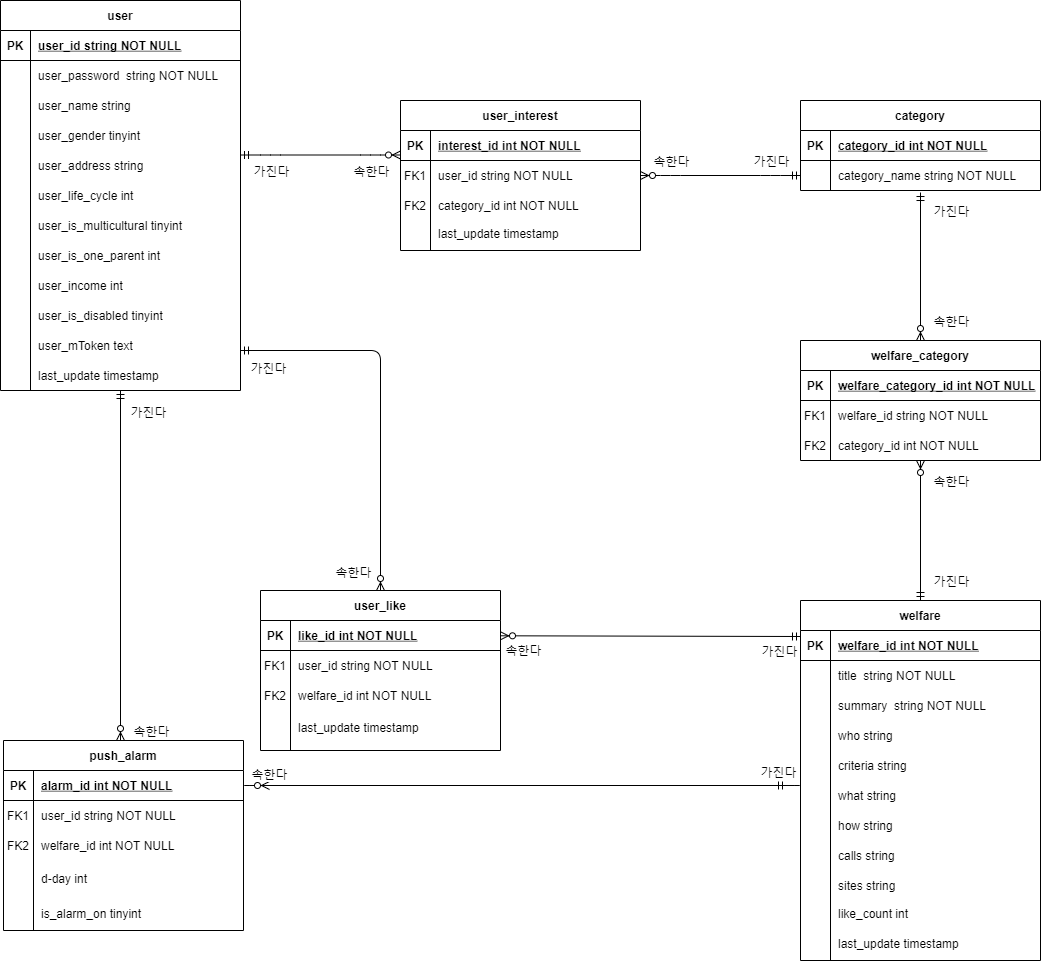
The draw.io diagram DB/211002_DB ER Diagram.png in 21WelfareForEveryone/Welfare-For-Everyone-DataAI, before a commit. Source tidied: cells renumbered, new cells last; positions are measured from the earlier drawing's top-left corner, leaving out a move shared by most shapes.
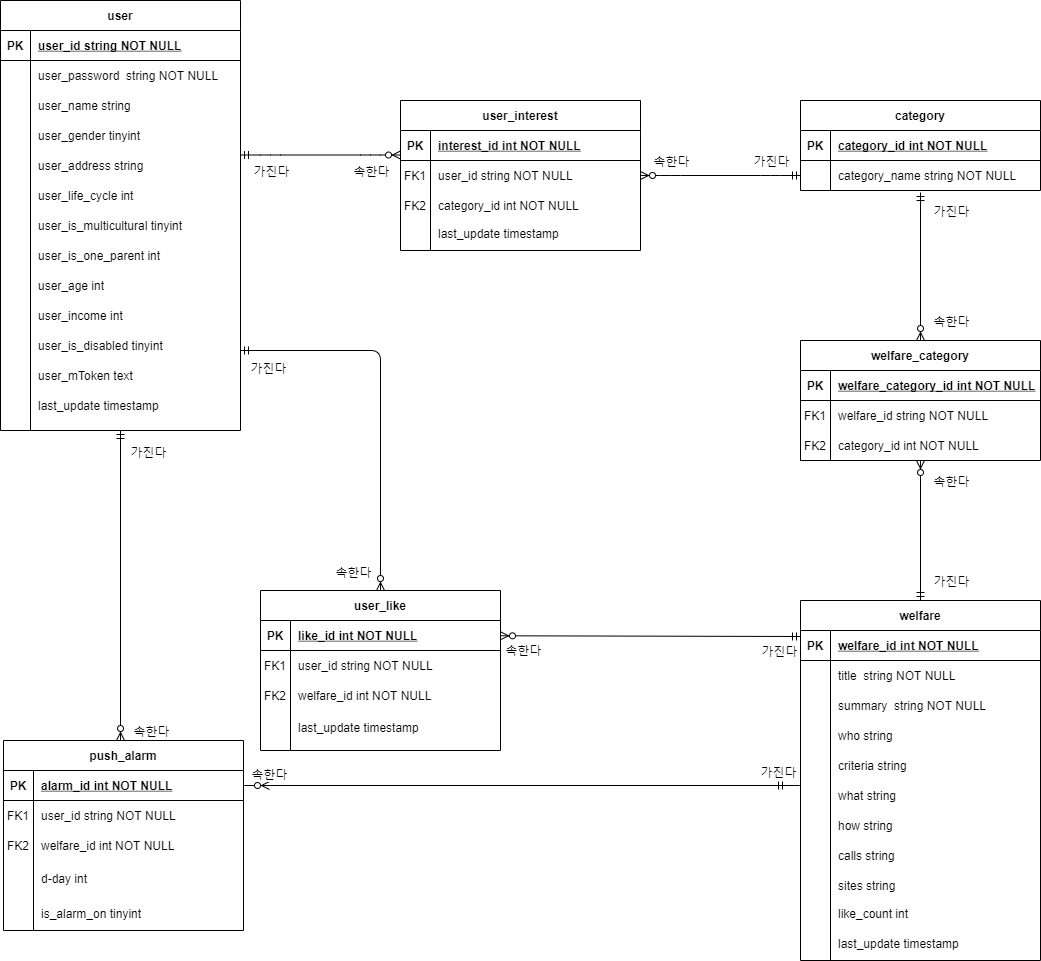
After the change.

Change to the diagram source:
```diff
@@ -24,7 +24,7 @@
       <mxGeometry x="30" width="210" height="30" as="geometry" />
     </mxCell>
     <mxCell id="9" value="user" style="shape=table;startSize=30;rowLines=0;fontStyle=1;align=center;" parent="1" vertex="1">
-      <mxGeometry width="240" height="390" as="geometry" />
+      <mxGeometry width="240" height="430" as="geometry" />
     </mxCell>
     <mxCell id="10" style="shape=partialRectangle;fillColor=none;top=0;left=0;right=0;bottom=1;" parent="9" vertex="1">
       <mxGeometry y="30" width="240" height="30" as="geometry" />
@@ -180,11 +180,11 @@
     <mxCell id="53" value="user_is_one_parent int" style="shape=partialRectangle;overflow=hidden;fillColor=none;top=0;left=0;bottom=0;right=0;align=left;spacingLeft=6;" parent="1" vertex="1">
       <mxGeometry x="30" y="240" width="210" height="30" as="geometry" />
     </mxCell>
-    <mxCell id="54" value="user_income int" style="shape=partialRectangle;overflow=hidden;fillColor=none;top=0;left=0;bottom=0;right=0;align=left;spacingLeft=6;" parent="1" vertex="1">
+    <mxCell id="54" value="user_age int" style="shape=partialRectangle;overflow=hidden;fillColor=none;top=0;left=0;bottom=0;right=0;align=left;spacingLeft=6;" parent="1" vertex="1">
       <mxGeometry x="30" y="270" width="210" height="30" as="geometry" />
     </mxCell>
     <mxCell id="55" value="last_update timestamp" style="shape=partialRectangle;overflow=hidden;fillColor=none;top=0;left=0;bottom=0;right=0;align=left;spacingLeft=6;" parent="1" vertex="1">
-      <mxGeometry x="30" y="360" width="210" height="30" as="geometry" />
+      <mxGeometry x="30" y="390" width="210" height="30" as="geometry" />
     </mxCell>
     <mxCell id="56" value="who string" style="shape=partialRectangle;overflow=hidden;fillColor=none;top=0;left=0;bottom=0;right=0;align=left;spacingLeft=6;" parent="1" vertex="1">
       <mxGeometry x="830" y="720" width="210" height="30" as="geometry" />
@@ -209,12 +209,12 @@
     </mxCell>
     <mxCell id="63" style="fontSize=12;html=1;endArrow=ERzeroToMany;startArrow=ERmandOne;entryX=0.5;entryY=0;entryDx=0;entryDy=0;" parent="1" edge="1">
       <mxGeometry relative="1" as="geometry">
-        <mxPoint x="120" y="390" as="sourcePoint" />
+        <mxPoint x="120" y="430" as="sourcePoint" />
         <mxPoint x="120" y="740" as="targetPoint" />
       </mxGeometry>
     </mxCell>
     <mxCell id="64" value="가진다" style="edgeLabel;html=1;align=center;verticalAlign=middle;fontSize=12;" parent="1" vertex="1">
-      <mxGeometry x="150" y="440" as="geometry">
+      <mxGeometry x="150" y="480" as="geometry">
         <mxPoint x="-3" y="-29" as="offset" />
       </mxGeometry>
     </mxCell>
@@ -268,10 +268,10 @@
       <mxGeometry x="30" width="210" height="30" as="geometry" />
     </mxCell>
     <mxCell id="79" value="user_is_disabled tinyint" style="shape=partialRectangle;overflow=hidden;fillColor=none;top=0;left=0;bottom=0;right=0;align=left;spacingLeft=6;" parent="1" vertex="1">
-      <mxGeometry x="30" y="300" width="210" height="30" as="geometry" />
+      <mxGeometry x="30" y="330" width="210" height="30" as="geometry" />
     </mxCell>
     <mxCell id="80" value="user_mToken text" style="shape=partialRectangle;overflow=hidden;fillColor=none;top=0;left=0;bottom=0;right=0;align=left;spacingLeft=6;" parent="1" vertex="1">
-      <mxGeometry x="30" y="330" width="210" height="30" as="geometry" />
+      <mxGeometry x="30" y="360" width="210" height="30" as="geometry" />
     </mxCell>
     <mxCell id="81" value="user_like" style="shape=table;startSize=30;rowLines=0;fontStyle=1;align=center;" parent="1" vertex="1">
       <mxGeometry x="260" y="590" width="240" height="160" as="geometry" />
@@ -408,5 +408,8 @@
     <mxCell id="121" value="is_alarm_on tinyint" style="shape=partialRectangle;overflow=hidden;fillColor=none;top=0;left=0;bottom=0;right=0;align=left;spacingLeft=6;" parent="1" vertex="1">
       <mxGeometry x="33" y="893" width="210" height="40" as="geometry" />
     </mxCell>
+    <mxCell id="122" value="user_income int" style="shape=partialRectangle;overflow=hidden;fillColor=none;top=0;left=0;bottom=0;right=0;align=left;spacingLeft=6;" parent="1" vertex="1">
+      <mxGeometry x="30" y="300" width="210" height="30" as="geometry" />
+    </mxCell>
   </root>
 </mxGraphModel>
```
